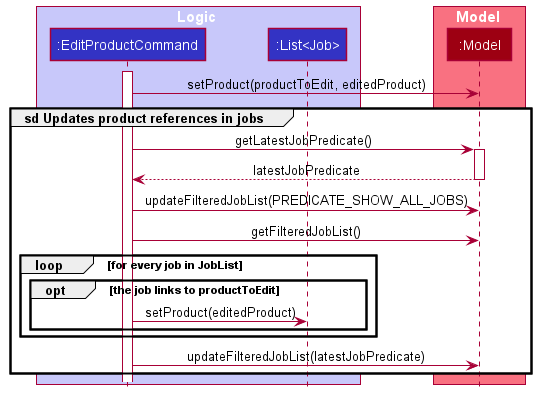
ooawagaeri/tp keeps this PlantUML diagram as docs/images/product/EditProductSequenceDiagram_Sync.png. Above is the earlier version.
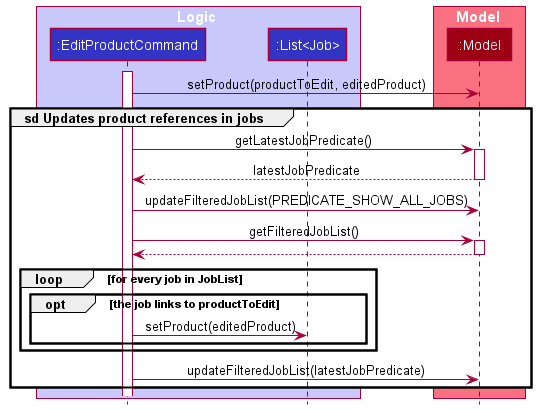
The same diagram one commit later.

Change to the diagram source:
```diff
@@ -22,6 +22,9 @@
 EditProductCommand -> Model : updateFilteredJobList(PREDICATE_SHOW_ALL_JOBS)
 
 EditProductCommand -> Model : getFilteredJobList()
+activate Model
+Model --> EditProductCommand
+deactivate Model
 
 loop for every job in JobList
 opt the job links to productToEdit
```
